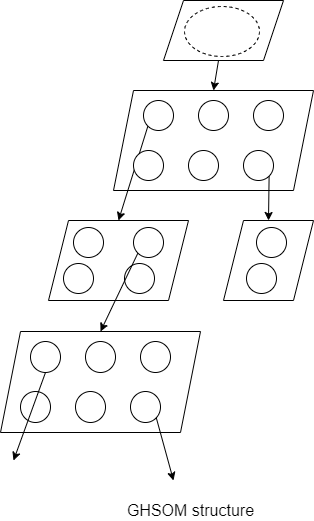
This is image/ghsom.png from lina2360/HiSeqGan, a draw.io export, as it was before one commit. Source tidied: cells renumbered, new cells last; positions are measured from the earlier drawing's top-left corner, leaving out a move shared by most shapes.
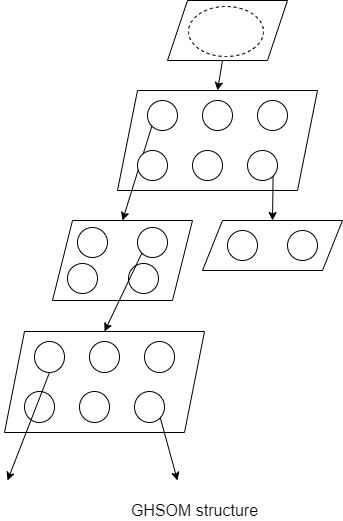
The same diagram one commit later.

Diff of the diagram source:
```diff
@@ -11,9 +11,6 @@
     <mxCell id="4" style="shape=parallelogram;perimeter=parallelogramPerimeter;whiteSpace=wrap;html=1;fixedSize=1;" parent="1" vertex="1">
       <mxGeometry x="48" y="220" width="140" height="80" as="geometry" />
     </mxCell>
-    <mxCell id="5" style="shape=parallelogram;perimeter=parallelogramPerimeter;whiteSpace=wrap;html=1;fixedSize=1;" parent="1" vertex="1">
-      <mxGeometry x="223" y="220" width="90" height="80" as="geometry" />
-    </mxCell>
     <mxCell id="6" style="endArrow=classic;html=1;entryX=0.5;entryY=0;entryDx=0;entryDy=0;" parent="1" edge="1" source="2" target="3">
       <mxGeometry relative="1" as="geometry" />
     </mxCell>
@@ -38,8 +35,10 @@
     <mxCell id="13" style="ellipse;whiteSpace=wrap;html=1;" parent="1" vertex="1">
       <mxGeometry x="243" y="150" width="30" height="30" as="geometry" />
     </mxCell>
-    <mxCell id="14" style="endArrow=classic;html=1;exitX=1;exitY=1;exitDx=0;exitDy=0;entryX=0.5;entryY=0;entryDx=0;entryDy=0;" parent="1" edge="1" source="13" target="5">
-      <mxGeometry relative="1" as="geometry" />
+    <mxCell id="14" style="endArrow=classic;html=1;exitX=1;exitY=1;exitDx=0;exitDy=0;entryX=0.5;entryY=0;entryDx=0;entryDy=0;" parent="1" edge="1" source="13">
+      <mxGeometry relative="1" as="geometry">
+        <mxPoint x="268" y="220" as="targetPoint" />
+      </mxGeometry>
     </mxCell>
     <mxCell id="15" style="ellipse;whiteSpace=wrap;html=1;" parent="1" vertex="1">
       <mxGeometry x="73" y="227" width="30" height="30" as="geometry" />
@@ -80,12 +79,6 @@
     <mxCell id="27" style="endArrow=classic;html=1;exitX=0;exitY=1;exitDx=0;exitDy=0;entryX=0.5;entryY=0;entryDx=0;entryDy=0;" parent="1" edge="1" source="16" target="20">
       <mxGeometry relative="1" as="geometry" />
     </mxCell>
-    <mxCell id="28" style="ellipse;whiteSpace=wrap;html=1;" parent="1" vertex="1">
-      <mxGeometry x="256" y="227" width="30" height="30" as="geometry" />
-    </mxCell>
-    <mxCell id="29" style="ellipse;whiteSpace=wrap;html=1;" parent="1" vertex="1">
-      <mxGeometry x="246" y="263" width="30" height="30" as="geometry" />
-    </mxCell>
     <mxCell id="30" style="endArrow=classic;html=1;exitX=1;exitY=1;exitDx=0;exitDy=0;" parent="1" edge="1" source="26">
       <mxGeometry relative="1" as="geometry">
         <mxPoint x="173" y="480" as="targetPoint" />
@@ -93,7 +86,7 @@
     </mxCell>
     <mxCell id="31" style="endArrow=classic;html=1;exitX=0.5;exitY=1;exitDx=0;exitDy=0;" parent="1" edge="1" source="21">
       <mxGeometry relative="1" as="geometry">
-        <mxPoint x="13" y="460" as="targetPoint" />
+        <mxPoint x="3" y="480" as="targetPoint" />
       </mxGeometry>
     </mxCell>
     <mxCell id="32" style="ellipse;whiteSpace=wrap;html=1;dashed=1;" parent="1" vertex="1">
@@ -102,5 +95,20 @@
     <mxCell id="33" value="&lt;font style=&quot;font-size: 16px&quot;&gt;GHSOM structure&lt;/font&gt;" style="text;html=1;strokeColor=none;fillColor=none;align=center;verticalAlign=middle;whiteSpace=wrap;rounded=0;dashed=1;" parent="1" vertex="1">
       <mxGeometry x="113" y="500" width="155" height="20" as="geometry" />
     </mxCell>
+    <mxCell id="34" style="shape=parallelogram;perimeter=parallelogramPerimeter;whiteSpace=wrap;html=1;fixedSize=1;" parent="1" vertex="1">
+      <mxGeometry x="198" y="220" width="140" height="50" as="geometry" />
+    </mxCell>
+    <mxCell id="35" style="ellipse;whiteSpace=wrap;html=1;" parent="1" vertex="1">
+      <mxGeometry x="223" y="230" width="30" height="30" as="geometry" />
+    </mxCell>
+    <mxCell id="36" style="ellipse;whiteSpace=wrap;html=1;" parent="1" vertex="1">
+      <mxGeometry x="283" y="230" width="30" height="30" as="geometry" />
+    </mxCell>
+    <mxCell id="37" style="edgeStyle=orthogonalEdgeStyle;rounded=0;orthogonalLoop=1;jettySize=auto;html=1;exitX=0.5;exitY=1;exitDx=0;exitDy=0;" parent="1" edge="1">
+      <mxGeometry relative="1" as="geometry">
+        <mxPoint x="228" y="293" as="sourcePoint" />
+        <mxPoint x="228" y="293" as="targetPoint" />
+      </mxGeometry>
+    </mxCell>
   </root>
 </mxGraphModel>
```
